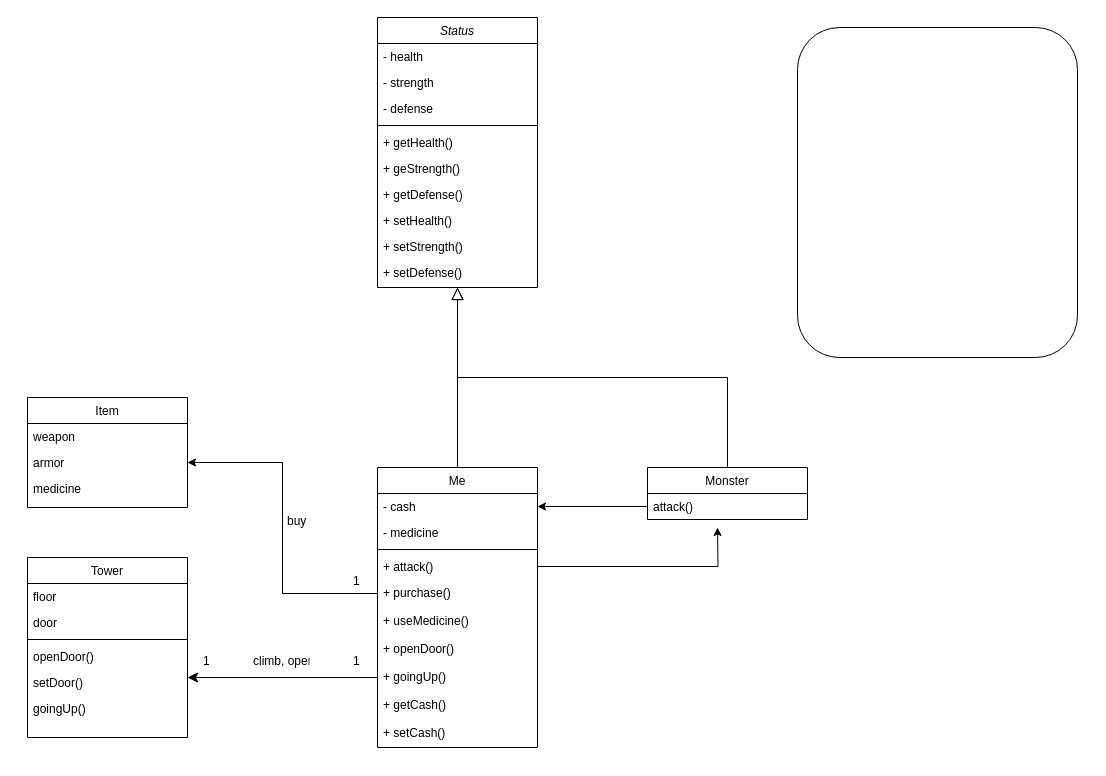
The draw.io diagram 제목 없는 다이어그램.drawio in yj20000/Cplus_project, before the edit. Source tidied: cells renumbered, new cells numbered last; positions are measured from the earlier drawing's top-left corner, leaving out a move shared by most shapes. Both pictures are drawn from the tidied source at 100%, with x=0, y=0 at pixel (27, 17).
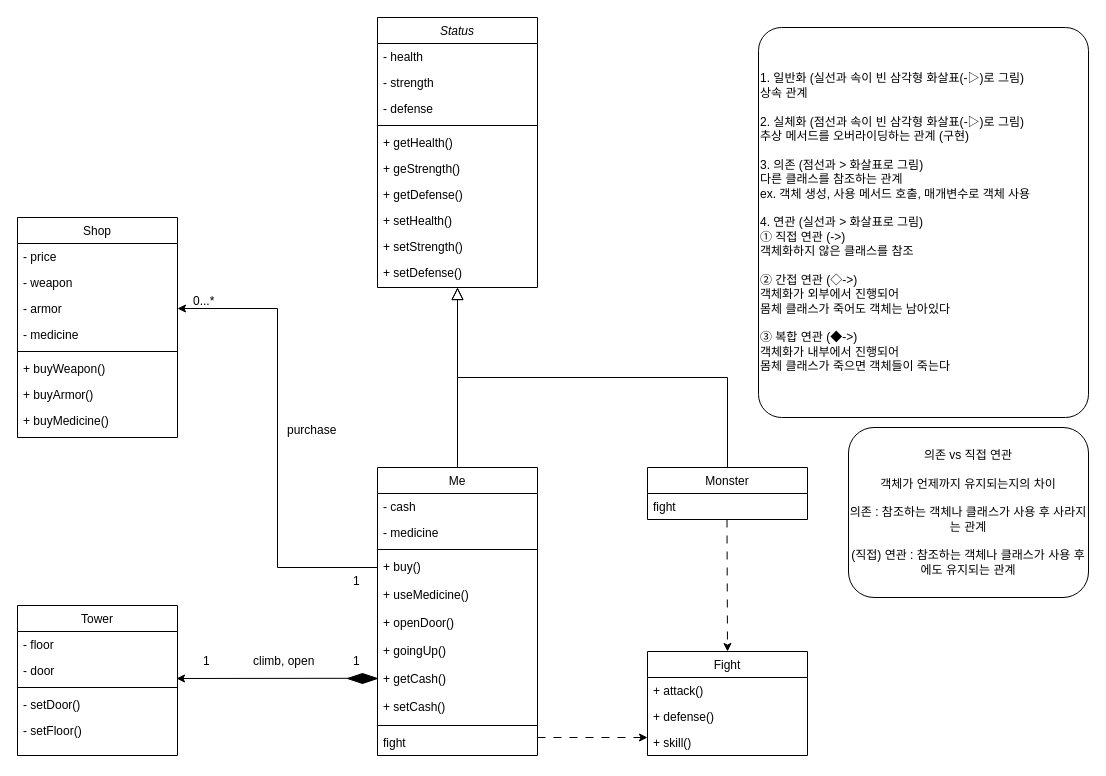
The same page after the edit.

The change refers to these unchanged cells:
```xml
<mxCell id="14" value="- cash" style="text;align=left;verticalAlign=top;spacingLeft=4;spacingRight=4;overflow=hidden;points=[[0,0.5],[1,0.5]];portConstraint=eastwest;" parent="13" vertex="1">
  <mxGeometry y="26" width="160" height="26" as="geometry" />
</mxCell>
<mxCell id="26" value="Monster" style="swimlane;fontStyle=0;align=center;verticalAlign=top;horizontal=1;startSize=26;rounded=0;shadow=0;strokeWidth=1;" parent="1" vertex="1">
  <mxGeometry x="620" y="450" width="160" height="52" as="geometry" />
</mxCell>
```

Change to the diagram source:
```diff
@@
     <mxCell id="13" value="Me" style="swimlane;fontStyle=0;align=center;verticalAlign=top;horizontal=1;startSize=26;rounded=0;shadow=0;strokeWidth=1;" parent="1" vertex="1">
-      <mxGeometry x="350" y="450" width="160" height="280" as="geometry" />
+      <mxGeometry x="350" y="450" width="160" height="288" as="geometry" />
     </mxCell>
@@
-    <mxCell id="17" style="edgeStyle=orthogonalEdgeStyle;rounded=0;jettySize=auto;html=1;exitX=1;exitY=0.5;exitDx=0;exitDy=0;" parent="13" edge="1" source="18">
-      <mxGeometry relative="1" as="geometry">
-        <mxPoint x="340" y="60" as="targetPoint" />
-      </mxGeometry>
-    </mxCell>
-    <mxCell id="18" value="+ attack()" style="text;align=left;verticalAlign=top;spacingLeft=4;spacingRight=4;overflow=hidden;points=[[0,0.5],[1,0.5]];portConstraint=eastwest;fontStyle=0;" parent="13" vertex="1">
-      <mxGeometry y="86" width="160" height="26" as="geometry" />
-    </mxCell>
-    <mxCell id="19" value="+ purchase()" style="text;align=left;verticalAlign=top;spacingLeft=4;spacingRight=4;overflow=hidden;points=[[0,0.5],[1,0.5]];portConstraint=eastwest;" parent="13" vertex="1">
-      <mxGeometry y="112" width="160" height="28" as="geometry" />
+    <mxCell id="19" value="+ buy()" style="text;align=left;verticalAlign=top;spacingLeft=4;spacingRight=4;overflow=hidden;points=[[0,0.5],[1,0.5]];portConstraint=eastwest;" parent="13" vertex="1">
+      <mxGeometry y="86" width="160" height="28" as="geometry" />
     </mxCell>
     <mxCell id="20" value="+ useMedicine()" style="text;align=left;verticalAlign=top;spacingLeft=4;spacingRight=4;overflow=hidden;" parent="13" vertex="1">
-      <mxGeometry y="140" width="160" height="28" as="geometry" />
+      <mxGeometry y="114" width="160" height="28" as="geometry" />
     </mxCell>
     <mxCell id="21" value="+ openDoor()" style="text;align=left;verticalAlign=top;spacingLeft=4;spacingRight=4;overflow=hidden;" parent="13" vertex="1">
-      <mxGeometry y="168" width="160" height="28" as="geometry" />
+      <mxGeometry y="142" width="160" height="28" as="geometry" />
     </mxCell>
     <mxCell id="22" value="+ goingUp()" style="text;align=left;verticalAlign=top;spacingLeft=4;spacingRight=4;overflow=hidden;points=[[0,0.5],[1,0.5]];portConstraint=eastwest;" parent="13" vertex="1">
-      <mxGeometry y="196" width="160" height="28" as="geometry" />
+      <mxGeometry y="170" width="160" height="28" as="geometry" />
     </mxCell>
     <mxCell id="23" value="+ getCash()" style="text;align=left;verticalAlign=top;spacingLeft=4;spacingRight=4;overflow=hidden;" parent="13" vertex="1">
-      <mxGeometry y="224" width="160" height="28" as="geometry" />
+      <mxGeometry y="198" width="160" height="28" as="geometry" />
     </mxCell>
     <mxCell id="24" value="+ setCash()" style="text;align=left;verticalAlign=top;spacingLeft=4;spacingRight=4;overflow=hidden;" parent="13" vertex="1">
-      <mxGeometry y="252" width="160" height="28" as="geometry" />
+      <mxGeometry y="226" width="160" height="28" as="geometry" />
     </mxCell>
+    <mxCell id="49" style="line;html=1;strokeWidth=1;align=left;verticalAlign=middle;spacingTop=-1;spacingLeft=3;spacingRight=3;labelPosition=right;" parent="13" vertex="1">
+      <mxGeometry y="254" width="160" height="8" as="geometry" />
+    </mxCell>
+    <mxCell id="18" value="fight" style="text;align=left;verticalAlign=top;spacingLeft=4;spacingRight=4;overflow=hidden;points=[[0,0.5],[1,0.5]];portConstraint=eastwest;fontStyle=0;" parent="13" vertex="1">
+      <mxGeometry y="262" width="160" height="26" as="geometry" />
+    </mxCell>
@@
-    <mxCell id="27" value="attack()" style="text;align=left;verticalAlign=top;spacingLeft=4;spacingRight=4;overflow=hidden;points=[[0,0.5],[1,0.5]];portConstraint=eastwest;" parent="26" vertex="1">
+    <mxCell id="27" value="fight" style="text;align=left;verticalAlign=top;spacingLeft=4;spacingRight=4;overflow=hidden;points=[[0,0.5],[1,0.5]];portConstraint=eastwest;" parent="26" vertex="1">
       <mxGeometry y="26" width="160" height="26" as="geometry" />
     </mxCell>
@@
-    <mxCell id="29" value="Item" style="swimlane;fontStyle=0;align=center;verticalAlign=top;horizontal=1;startSize=26;rounded=0;shadow=0;strokeWidth=1;" parent="1" vertex="1">
-      <mxGeometry y="380" width="160" height="110" as="geometry" />
+    <mxCell id="29" value="Shop" style="swimlane;fontStyle=0;align=center;verticalAlign=top;horizontal=1;startSize=26;rounded=0;shadow=0;strokeWidth=1;" parent="1" vertex="1">
+      <mxGeometry x="-10" y="200" width="160" height="220" as="geometry" />
     </mxCell>
+    <mxCell id="50" value="- price" style="text;align=left;verticalAlign=top;spacingLeft=4;spacingRight=4;overflow=hidden;" parent="29" vertex="1">
+      <mxGeometry y="26" width="160" height="26" as="geometry" />
+    </mxCell>
-    <mxCell id="30" value="weapon" style="text;align=left;verticalAlign=top;spacingLeft=4;spacingRight=4;overflow=hidden;" parent="29" vertex="1">
-      <mxGeometry y="26" width="160" height="26" as="geometry" />
+    <mxCell id="30" value="- weapon" style="text;align=left;verticalAlign=top;spacingLeft=4;spacingRight=4;overflow=hidden;" parent="29" vertex="1">
+      <mxGeometry y="52" width="160" height="26" as="geometry" />
     </mxCell>
-    <mxCell id="31" value="armor" style="text;align=left;verticalAlign=top;spacingLeft=4;spacingRight=4;overflow=hidden;points=[[0,0.5],[1,0.5]];portConstraint=eastwest;" parent="29" vertex="1">
-      <mxGeometry y="52" width="160" height="26" as="geometry" />
+    <mxCell id="31" value="- armor" style="text;align=left;verticalAlign=top;spacingLeft=4;spacingRight=4;overflow=hidden;points=[[0,0.5],[1,0.5]];portConstraint=eastwest;" parent="29" vertex="1">
+      <mxGeometry y="78" width="160" height="26" as="geometry" />
     </mxCell>
-    <mxCell id="32" value="medicine" style="text;align=left;verticalAlign=top;spacingLeft=4;spacingRight=4;overflow=hidden;" parent="29" vertex="1">
-      <mxGeometry y="78" width="160" height="26" as="geometry" />
+    <mxCell id="32" value="- medicine" style="text;align=left;verticalAlign=top;spacingLeft=4;spacingRight=4;overflow=hidden;" parent="29" vertex="1">
+      <mxGeometry y="104" width="160" height="26" as="geometry" />
     </mxCell>
+    <mxCell id="51" style="line;html=1;strokeWidth=1;align=left;verticalAlign=middle;spacingTop=-1;spacingLeft=3;spacingRight=3;labelPosition=right;" parent="29" vertex="1">
+      <mxGeometry y="130" width="160" height="8" as="geometry" />
+    </mxCell>
+    <mxCell id="52" value="+ buyWeapon()" style="text;align=left;verticalAlign=top;spacingLeft=4;spacingRight=4;overflow=hidden;" parent="29" vertex="1">
+      <mxGeometry y="138" width="160" height="26" as="geometry" />
+    </mxCell>
+    <mxCell id="53" value="+ buyArmor()" style="text;align=left;verticalAlign=top;spacingLeft=4;spacingRight=4;overflow=hidden;" parent="29" vertex="1">
+      <mxGeometry y="164" width="160" height="26" as="geometry" />
+    </mxCell>
+    <mxCell id="54" value="+ buyMedicine()" style="text;align=left;verticalAlign=top;spacingLeft=4;spacingRight=4;overflow=hidden;" parent="29" vertex="1">
+      <mxGeometry y="190" width="160" height="26" as="geometry" />
+    </mxCell>
     <mxCell id="33" value="Tower" style="swimlane;fontStyle=0;align=center;verticalAlign=top;horizontal=1;startSize=26;rounded=0;shadow=0;strokeWidth=1;" parent="1" vertex="1">
-      <mxGeometry y="540" width="160" height="180" as="geometry" />
+      <mxGeometry x="-10" y="588" width="160" height="150" as="geometry" />
     </mxCell>
-    <mxCell id="34" value="floor" style="text;align=left;verticalAlign=top;spacingLeft=4;spacingRight=4;overflow=hidden;" parent="33" vertex="1">
+    <mxCell id="34" value="- floor" style="text;align=left;verticalAlign=top;spacingLeft=4;spacingRight=4;overflow=hidden;" parent="33" vertex="1">
       <mxGeometry y="26" width="160" height="26" as="geometry" />
     </mxCell>
-    <mxCell id="35" value="door" style="text;align=left;verticalAlign=top;spacingLeft=4;spacingRight=4;overflow=hidden;" parent="33" vertex="1">
+    <mxCell id="35" value="- door" style="text;align=left;verticalAlign=top;spacingLeft=4;spacingRight=4;overflow=hidden;" parent="33" vertex="1">
       <mxGeometry y="52" width="160" height="26" as="geometry" />
     </mxCell>
@@
-    <mxCell id="37" value="openDoor()" style="text;align=left;verticalAlign=top;spacingLeft=4;spacingRight=4;overflow=hidden;" parent="33" vertex="1">
-      <mxGeometry y="86" width="160" height="26" as="geometry" />
-    </mxCell>
-    <mxCell id="38" value="setDoor()" style="text;align=left;verticalAlign=top;spacingLeft=4;spacingRight=4;overflow=hidden;points=[[0,0.5],[1,0.5]];portConstraint=eastwest;" parent="33" vertex="1">
-      <mxGeometry y="112" width="160" height="26" as="geometry" />
+    <mxCell id="38" value="- setDoor()" style="text;align=left;verticalAlign=top;spacingLeft=4;spacingRight=4;overflow=hidden;points=[[0,0.5],[1,0.5]];portConstraint=eastwest;" parent="33" vertex="1">
+      <mxGeometry y="86" width="160" height="26" as="geometry" />
     </mxCell>
-    <mxCell id="39" value="goingUp()" style="text;align=left;verticalAlign=top;spacingLeft=4;spacingRight=4;overflow=hidden;" parent="33" vertex="1">
-      <mxGeometry y="138" width="160" height="26" as="geometry" />
+    <mxCell id="39" value="- setFloor()" style="text;align=left;verticalAlign=top;spacingLeft=4;spacingRight=4;overflow=hidden;" parent="33" vertex="1">
+      <mxGeometry y="112" width="160" height="26" as="geometry" />
     </mxCell>
-    <mxCell id="40" style="edgeStyle=segmentEdgeStyle;endArrow=classic;html=1;curved=0;rounded=0;endSize=8;startSize=8;sourcePerimeterSpacing=0;targetPerimeterSpacing=0;exitX=0;exitY=0.5;exitDx=0;exitDy=0;entryX=1;entryY=0.308;entryDx=0;entryDy=0;entryPerimeter=0;" parent="1" edge="1" source="22" target="38">
-      <mxGeometry relative="1" as="geometry" />
-    </mxCell>
@@
     <mxCell id="43" value="climb, open" style="text;align=left;verticalAlign=top;spacingLeft=4;spacingRight=4;overflow=hidden;" parent="1" vertex="1">
-      <mxGeometry x="220" y="630" width="66" height="26" as="geometry" />
+      <mxGeometry x="220" y="630" width="80" height="26" as="geometry" />
     </mxCell>
@@
-    <mxCell id="46" value="buy" style="text;align=left;verticalAlign=top;spacingLeft=4;spacingRight=4;overflow=hidden;" parent="1" vertex="1">
-      <mxGeometry x="254" y="490" width="66" height="26" as="geometry" />
+    <mxCell id="46" value="purchase" style="text;align=left;verticalAlign=top;spacingLeft=4;spacingRight=4;overflow=hidden;" parent="1" vertex="1">
+      <mxGeometry x="254" y="399" width="66" height="26" as="geometry" />
     </mxCell>
-    <mxCell id="47" style="edgeStyle=orthogonalEdgeStyle;rounded=0;jettySize=auto;html=1;exitX=0;exitY=0.5;exitDx=0;exitDy=0;entryX=1;entryY=0.5;entryDx=0;entryDy=0;" parent="1" edge="1" source="27" target="14">
-      <mxGeometry relative="1" as="geometry" />
-    </mxCell>
-    <mxCell id="48" style="rounded=1;whiteSpace=wrap;html=1;" parent="1" vertex="1">
-      <mxGeometry x="770" y="10" width="280" height="330" as="geometry" />
+    <mxCell id="48" value="1. 일반화 (실선과 속이 빈 삼각형 화살표(&lt;span style=&quot;background-color: initial;&quot;&gt;-▷)&lt;/span&gt;&lt;span style=&quot;background-color: initial;&quot;&gt;로 그림)&lt;/span&gt;&lt;div&gt;상속 관계&lt;div&gt;&lt;br&gt;&lt;/div&gt;&lt;div&gt;&lt;div&gt;2. 실체화 (&lt;span style=&quot;background-color: initial;&quot;&gt;점선과 속이 빈 삼각형 화살표(&lt;/span&gt;&lt;span style=&quot;background-color: initial;&quot;&gt;-▷)로 그림)&lt;/span&gt;&lt;/div&gt;&lt;div&gt;추상 메서드를 오버라이딩하는 관계 (구현)&lt;/div&gt;&lt;div&gt;&lt;br&gt;&lt;/div&gt;&lt;div&gt;3. 의존 (&lt;span style=&quot;background-color: initial;&quot;&gt;점선과 &amp;gt; 화살표로 그림)&lt;/span&gt;&lt;/div&gt;&lt;/div&gt;&lt;/div&gt;&lt;div&gt;다른 클래스를 참조하는 관계&lt;/div&gt;&lt;div&gt;ex. 객체 생성, 사용 메서드 호출, 매개변수로 객체 사용&lt;/div&gt;&lt;div&gt;&lt;br&gt;&lt;/div&gt;&lt;div&gt;4. 연관 (실선과 &amp;gt; 화살표로 그림)&lt;br&gt;① 직접 연관 (-&amp;gt;)&lt;/div&gt;&lt;div&gt;객체화하지 않은 클래스를 참조&lt;/div&gt;&lt;div&gt;&lt;br&gt;&lt;/div&gt;&lt;div&gt;② 간접 연관 (◇-&amp;gt;)&lt;/div&gt;&lt;div&gt;객체화가 외부에서 진행되어&lt;/div&gt;&lt;div&gt;몸체 클래스가 죽어도 객체는 남아있다&lt;/div&gt;&lt;div&gt;&lt;br&gt;&lt;/div&gt;&lt;div&gt;③ 복합 연관 (◆-&amp;gt;)&lt;/div&gt;&lt;div&gt;객체화가 내부에서 진행되어&lt;/div&gt;&lt;div&gt;몸체 클래스가 죽으면 객체들이 죽는다&lt;/div&gt;" style="rounded=1;whiteSpace=wrap;html=1;arcSize=7;align=left;" parent="1" vertex="1">
+      <mxGeometry x="731" y="10" width="330" height="390" as="geometry" />
     </mxCell>
+    <mxCell id="55" value="0...*" style="text;align=left;verticalAlign=top;spacingLeft=4;spacingRight=4;overflow=hidden;" parent="1" vertex="1">
+      <mxGeometry x="160" y="270" width="38" height="26" as="geometry" />
+    </mxCell>
+    <mxCell id="56" value="Fight" style="swimlane;fontStyle=0;align=center;verticalAlign=top;horizontal=1;startSize=26;rounded=0;shadow=0;strokeWidth=1;" parent="1" vertex="1">
+      <mxGeometry x="620" y="634" width="160" height="104" as="geometry" />
+    </mxCell>
+    <mxCell id="57" value="+ attack()" style="text;align=left;verticalAlign=top;spacingLeft=4;spacingRight=4;overflow=hidden;rounded=0;shadow=0;html=0;" parent="56" vertex="1">
+      <mxGeometry y="26" width="160" height="26" as="geometry" />
+    </mxCell>
+    <mxCell id="58" value="+ defense()" style="text;align=left;verticalAlign=top;spacingLeft=4;spacingRight=4;overflow=hidden;rounded=0;shadow=0;html=0;" parent="56" vertex="1">
+      <mxGeometry y="52" width="160" height="26" as="geometry" />
+    </mxCell>
+    <mxCell id="59" value="+ skill()" style="text;align=left;verticalAlign=top;spacingLeft=4;spacingRight=4;overflow=hidden;rounded=0;shadow=0;html=0;" parent="56" vertex="1">
+      <mxGeometry y="78" width="160" height="26" as="geometry" />
+    </mxCell>
+    <mxCell id="60" style="edgeStyle=none;orthogonalLoop=1;jettySize=auto;html=1;rounded=0;dashed=1;dashPattern=8 8;" parent="1" edge="1">
+      <mxGeometry relative="1" as="geometry">
+        <mxPoint x="510" y="720" as="sourcePoint" />
+        <mxPoint x="620" y="720" as="targetPoint" />
+      </mxGeometry>
+    </mxCell>
+    <mxCell id="61" style="edgeStyle=none;jettySize=auto;html=1;rounded=0;dashed=1;dashPattern=8 8;entryX=0.5;entryY=0;entryDx=0;entryDy=0;" parent="1" edge="1" target="56">
+      <mxGeometry relative="1" as="geometry">
+        <mxPoint x="699.5" y="502" as="sourcePoint" />
+      </mxGeometry>
+    </mxCell>
+    <mxCell id="62" style="edgeStyle=none;orthogonalLoop=1;jettySize=auto;html=1;rounded=0;entryX=1;entryY=0.192;entryDx=0;entryDy=0;entryPerimeter=0;exitX=0.053;exitY=1.031;exitDx=0;exitDy=0;exitPerimeter=0;" parent="1" edge="1">
+      <mxGeometry relative="1" as="geometry">
+        <mxPoint x="321" y="660.8" as="sourcePoint" />
+        <mxPoint x="149" y="661" as="targetPoint" />
+      </mxGeometry>
+    </mxCell>
+    <mxCell id="63" value="의존 vs 직접 연관&lt;div&gt;&lt;br&gt;&lt;/div&gt;&lt;div&gt;&lt;div&gt;객체가 언제까지 유지되는지의 차이&lt;/div&gt;&lt;/div&gt;&lt;div&gt;&lt;br&gt;&lt;/div&gt;&lt;div&gt;의존 : 참조하는 객체나 클래스가 사용 후 사라지는 관계&lt;/div&gt;&lt;div&gt;&lt;br&gt;&lt;/div&gt;&lt;div&gt;(직접) 연관 : 참조하는 객체나 클래스가 사용 후에도 유지되는 관계&lt;/div&gt;" style="rounded=1;whiteSpace=wrap;html=1;" parent="1" vertex="1">
+      <mxGeometry x="821" y="410" width="240" height="170" as="geometry" />
+    </mxCell>
+    <mxCell id="64" style="rhombus;whiteSpace=wrap;html=1;fillColor=#000000;" parent="1" vertex="1">
+      <mxGeometry x="320" y="656" width="30" height="10" as="geometry" />
+    </mxCell>
```
